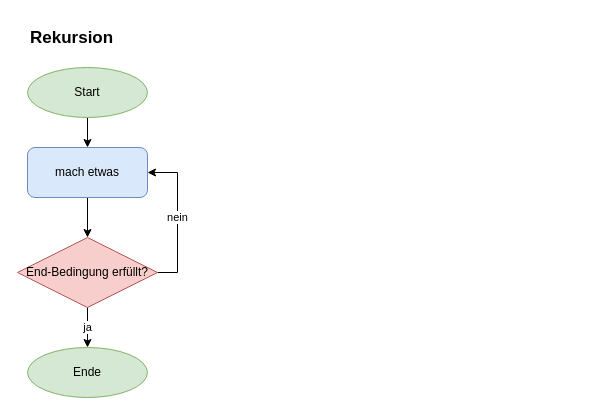
Before: Portfolio/diagramme/rekursion.drawio in jonahsebright/EFI, a draw.io diagram. Source tidied: cells renumbered, new cells numbered last; positions are measured from the earlier drawing's top-left corner, leaving out a move shared by most shapes. Both pictures are drawn from the tidied source at 100%, with x=0, y=0 at pixel (17, 27).
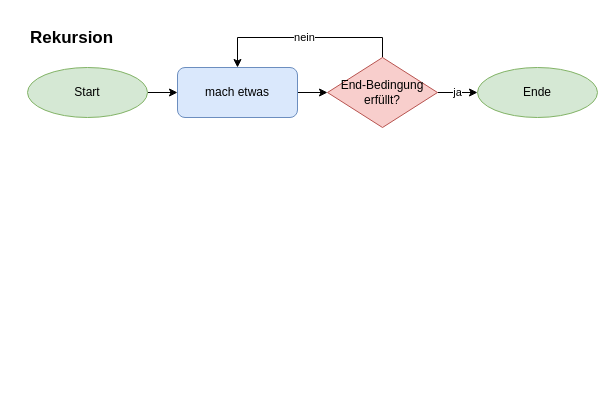
After the change.

What changed in the source:
```diff
@@
 <mxGraphModel>
   <root>
     <mxCell id="0" />
     <mxCell id="1" parent="0" />
     <mxCell id="2" value="&lt;h1 style=&quot;font-size: 17px;&quot;&gt;Rekursion&lt;/h1&gt;&lt;p style=&quot;font-size: 17px;&quot;&gt;&lt;br style=&quot;font-size: 17px;&quot;&gt;&lt;/p&gt;" style="text;html=1;strokeColor=none;fillColor=none;spacing=5;spacingTop=-20;whiteSpace=wrap;overflow=hidden;rounded=0;fontSize=17;" parent="1" vertex="1">
       <mxGeometry x="7.5" width="120" height="30" as="geometry" />
     </mxCell>
-    <mxCell id="3" style="edgeStyle=orthogonalEdgeStyle;rounded=0;jettySize=auto;html=1;entryX=0.5;entryY=0;entryDx=0;entryDy=0;" parent="1" edge="1" source="4" target="6">
+    <mxCell id="3" style="edgeStyle=orthogonalEdgeStyle;rounded=0;jettySize=auto;html=1;entryX=0;entryY=0.5;entryDx=0;entryDy=0;" parent="1" edge="1" source="4" target="6">
       <mxGeometry relative="1" as="geometry" />
     </mxCell>
     <mxCell id="4" value="Start" style="ellipse;whiteSpace=wrap;html=1;fillColor=#d5e8d4;strokeColor=#82b366;" parent="1" vertex="1">
       <mxGeometry x="10" y="40" width="120" height="50" as="geometry" />
     </mxCell>
-    <mxCell id="5" style="edgeStyle=orthogonalEdgeStyle;rounded=0;jettySize=auto;html=1;entryX=0.5;entryY=0;entryDx=0;entryDy=0;" parent="1" edge="1" source="6" target="9">
+    <mxCell id="5" style="edgeStyle=orthogonalEdgeStyle;rounded=0;jettySize=auto;html=1;entryX=0;entryY=0.5;entryDx=0;entryDy=0;" parent="1" edge="1" source="6" target="9">
       <mxGeometry relative="1" as="geometry" />
     </mxCell>
     <mxCell id="6" value="mach etwas" style="rounded=1;whiteSpace=wrap;html=1;fillColor=#dae8fc;strokeColor=#6c8ebf;" parent="1" vertex="1">
-      <mxGeometry x="10" y="120" width="120" height="50" as="geometry" />
+      <mxGeometry x="160" y="40" width="120" height="50" as="geometry" />
     </mxCell>
-    <mxCell id="7" value="nein" style="edgeStyle=orthogonalEdgeStyle;rounded=0;jettySize=auto;html=1;entryX=1;entryY=0.5;entryDx=0;entryDy=0;exitX=1;exitY=0.5;exitDx=0;exitDy=0;" parent="1" edge="1" source="9" target="6">
-      <mxGeometry relative="1" as="geometry" />
+    <mxCell id="7" value="nein" style="edgeStyle=orthogonalEdgeStyle;rounded=0;jettySize=auto;html=1;exitX=0.5;exitY=0;exitDx=0;exitDy=0;" parent="1" edge="1" source="9">
+      <mxGeometry relative="1" as="geometry">
+        <mxPoint x="220" y="40" as="targetPoint" />
+        <Array as="points">
+          <mxPoint x="365" y="10" />
+          <mxPoint x="220" y="10" />
+        </Array>
+      </mxGeometry>
     </mxCell>
     <mxCell id="8" value="ja" style="edgeStyle=orthogonalEdgeStyle;rounded=0;jettySize=auto;html=1;" parent="1" edge="1" source="9" target="10">
       <mxGeometry relative="1" as="geometry" />
     </mxCell>
     <mxCell id="9" value="End-Bedingung erfüllt?" style="rhombus;whiteSpace=wrap;html=1;fillColor=#f8cecc;strokeColor=#b85450;" parent="1" vertex="1">
-      <mxGeometry y="210" width="140" height="70" as="geometry" />
+      <mxGeometry x="310" y="30" width="110" height="70" as="geometry" />
     </mxCell>
     <mxCell id="10" value="Ende" style="ellipse;whiteSpace=wrap;html=1;fillColor=#d5e8d4;strokeColor=#82b366;" parent="1" vertex="1">
-      <mxGeometry x="10" y="320" width="120" height="50" as="geometry" />
+      <mxGeometry x="460" y="40" width="120" height="50" as="geometry" />
     </mxCell>
   </root>
 </mxGraphModel>
```
